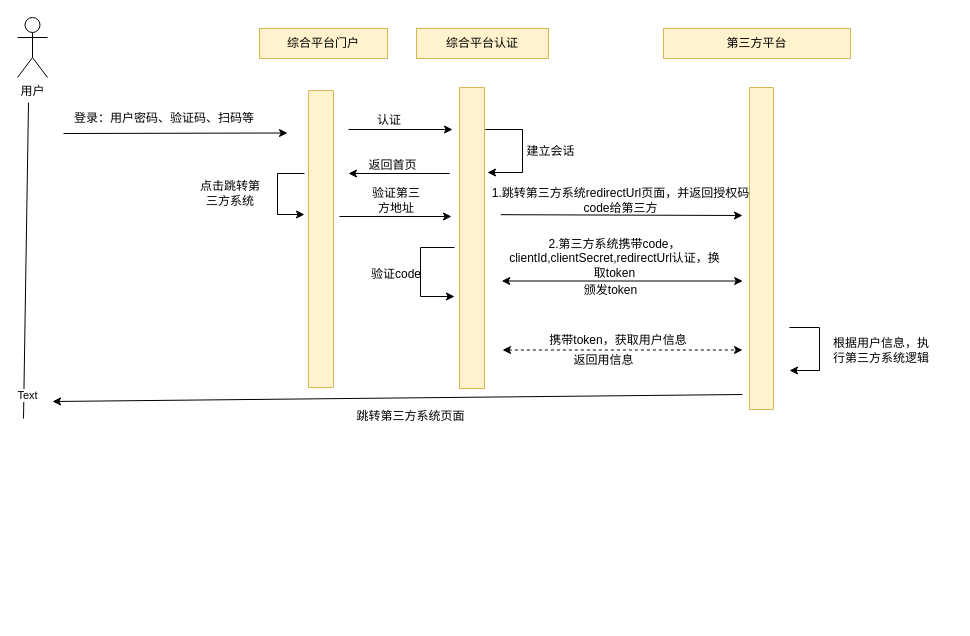
The draw.io diagram 未命名绘图.drawio in borishuang0527/my, before the edit. Source tidied: cells renumbered, new cells numbered last; positions are measured from the earlier drawing's top-left corner, leaving out a move shared by most shapes. Both pictures are drawn from the tidied source at 100%, with x=0, y=0 at pixel (17, 17).
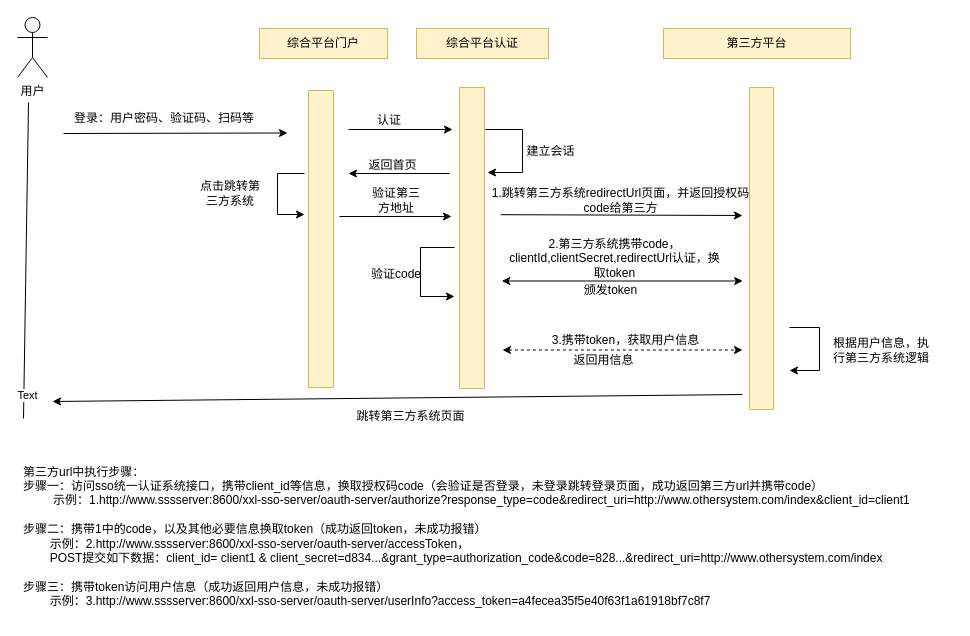
After the change.

Commit message:
更新未命名绘图.drawio

Change to the diagram source:
```diff
@@
-    <mxCell id="27" value="携带token，获取用户信息" style="text;strokeColor=none;align=center;fillColor=none;html=1;verticalAlign=middle;whiteSpace=wrap;rounded=0;" parent="1" vertex="1">
-      <mxGeometry x="527" y="308" width="147.5" height="30" as="geometry" />
+    <mxCell id="27" value="3.携带token，获取用户信息" style="text;strokeColor=none;align=center;fillColor=none;html=1;verticalAlign=middle;whiteSpace=wrap;rounded=0;" parent="1" vertex="1">
+      <mxGeometry x="527" y="308" width="163" height="30" as="geometry" />
     </mxCell>
@@
+    <mxCell id="37" value="第三方url中执行步骤：&lt;div&gt;步骤一：访问sso统一认证系统接口，携带client_id等信息，换取授权码code（会验证是否登录，未登录跳转登录页面，成功返回第三方url并携带code）&lt;br&gt;&lt;div&gt;&lt;span style=&quot;white-space: pre;&quot;&gt;&#9;&lt;/span&gt;&amp;nbsp;示例：1.http://www.sssserver:8600/xxl-sso-server/oauth-server/authorize?response_type=code&amp;amp;redirect_uri=http://www.othersystem.com/index&amp;amp;client_id=client1&lt;/div&gt;&lt;/div&gt;&lt;div&gt;&lt;br&gt;&lt;/div&gt;&lt;div&gt;步骤二：携带1中的code，以及其他必要信息换取token（成功返回token，未成功报错）&lt;/div&gt;&lt;div style=&quot;&quot;&gt;&amp;nbsp;&lt;span style=&quot;white-space: pre;&quot;&gt;&#9;&lt;/span&gt;示例：2.http://www.sssserver:8600/xxl-sso-server/oauth-server/accessToken，&lt;/div&gt;&lt;div style=&quot;&quot;&gt;&lt;span style=&quot;white-space: pre;&quot;&gt;&#9;&lt;/span&gt;POST提交如下数据：client_id= client1 &amp;amp; client_secret=&lt;span style=&quot;background-color: initial;&quot;&gt;d834...&amp;amp;grant_type=authorization_code&amp;amp;code=828...&amp;amp;redirect_uri=&lt;/span&gt;&lt;span style=&quot;background-color: initial;&quot;&gt;http://www.othersystem.com/index&lt;/span&gt;&lt;br&gt;&lt;/div&gt;&lt;div style=&quot;&quot;&gt;&lt;br&gt;&lt;/div&gt;&lt;div style=&quot;&quot;&gt;步骤三：携带token访问用户信息&lt;span style=&quot;background-color: initial;&quot;&gt;（成功返回用户信息，未成功报错）&lt;/span&gt;&lt;/div&gt;&lt;div style=&quot;&quot;&gt;&lt;span style=&quot;white-space: pre;&quot;&gt;&#9;&lt;/span&gt;示例：3.http://www.sssserver:8600/xxl-sso-server/oauth-server/userInfo?access_token=a4fecea35f5e40f63f1a61918bf7c8f7&lt;br&gt;&lt;/div&gt;" style="text;strokeColor=none;align=left;fillColor=none;html=1;verticalAlign=middle;whiteSpace=wrap;rounded=0;" parent="1" vertex="1">
+      <mxGeometry x="4" y="436" width="931" height="165" as="geometry" />
+    </mxCell>
```
